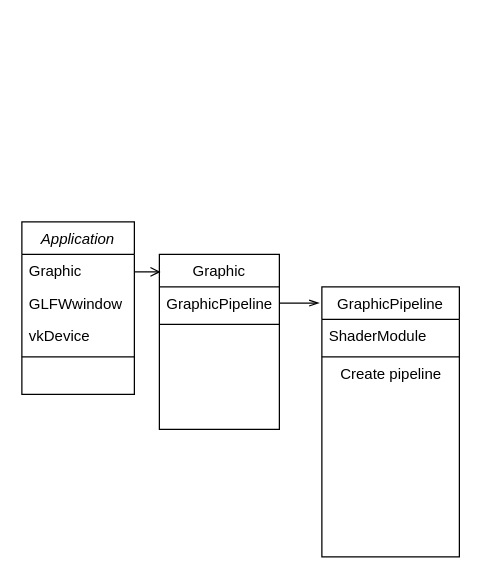
The draw.io diagram 2021Fall/diagram.drawio in minsuk0519/Fall2021PersonalProject, before the edit. Source tidied: cells renumbered, new cells numbered last; positions are measured from the earlier drawing's top-left corner, leaving out a move shared by most shapes. Both pictures are drawn from the tidied source at 125%, with x=0, y=0 at pixel (21, 221).
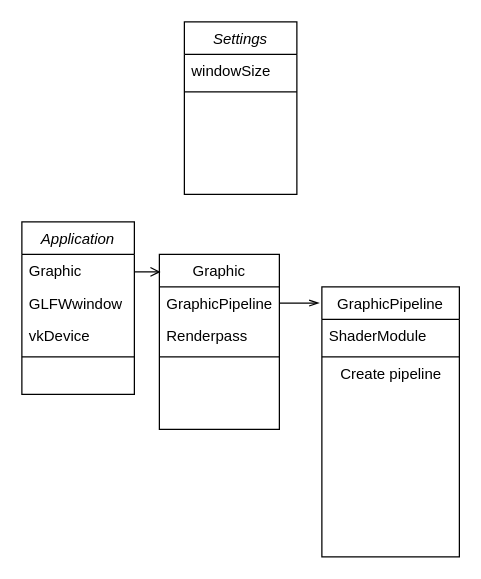
Above is the later version.

Unchanged cells that the change refers to:
```xml
<mxCell id="7" value="Graphic" style="swimlane;fontStyle=0;align=center;verticalAlign=top;horizontal=1;startSize=26;rounded=0;shadow=0;strokeWidth=1;" parent="1" vertex="1">
  <mxGeometry x="110" y="26" width="96" height="140" as="geometry" />
</mxCell>
```

Diff of the diagram source:
```diff
@@
+    <mxCell id="16" value="Renderpass" style="text;align=left;verticalAlign=top;spacingLeft=4;spacingRight=4;overflow=hidden;" parent="7" vertex="1">
+      <mxGeometry y="52" width="96" height="26" as="geometry" />
+    </mxCell>
     <mxCell id="9" style="line;html=1;strokeWidth=1;align=left;verticalAlign=middle;spacingTop=-1;spacingLeft=3;spacingRight=3;labelPosition=right;" parent="7" vertex="1">
-      <mxGeometry y="52" width="96" height="8" as="geometry" />
+      <mxGeometry y="78" width="96" height="8" as="geometry" />
     </mxCell>
@@
+    <mxCell id="17" value="Settings" style="swimlane;fontStyle=2;align=center;verticalAlign=top;horizontal=1;startSize=26;rounded=0;shadow=0;strokeWidth=1;" parent="1" vertex="1">
+      <mxGeometry x="130" y="-160" width="90" height="138" as="geometry" />
+    </mxCell>
+    <mxCell id="18" value="windowSize" style="text;align=left;verticalAlign=top;spacingLeft=4;spacingRight=4;overflow=hidden;" parent="17" vertex="1">
+      <mxGeometry y="26" width="90" height="26" as="geometry" />
+    </mxCell>
+    <mxCell id="19" style="line;html=1;strokeWidth=1;align=left;verticalAlign=middle;spacingTop=-1;spacingLeft=3;spacingRight=3;labelPosition=right;" parent="17" vertex="1">
+      <mxGeometry y="52" width="90" height="8" as="geometry" />
+    </mxCell>
```
